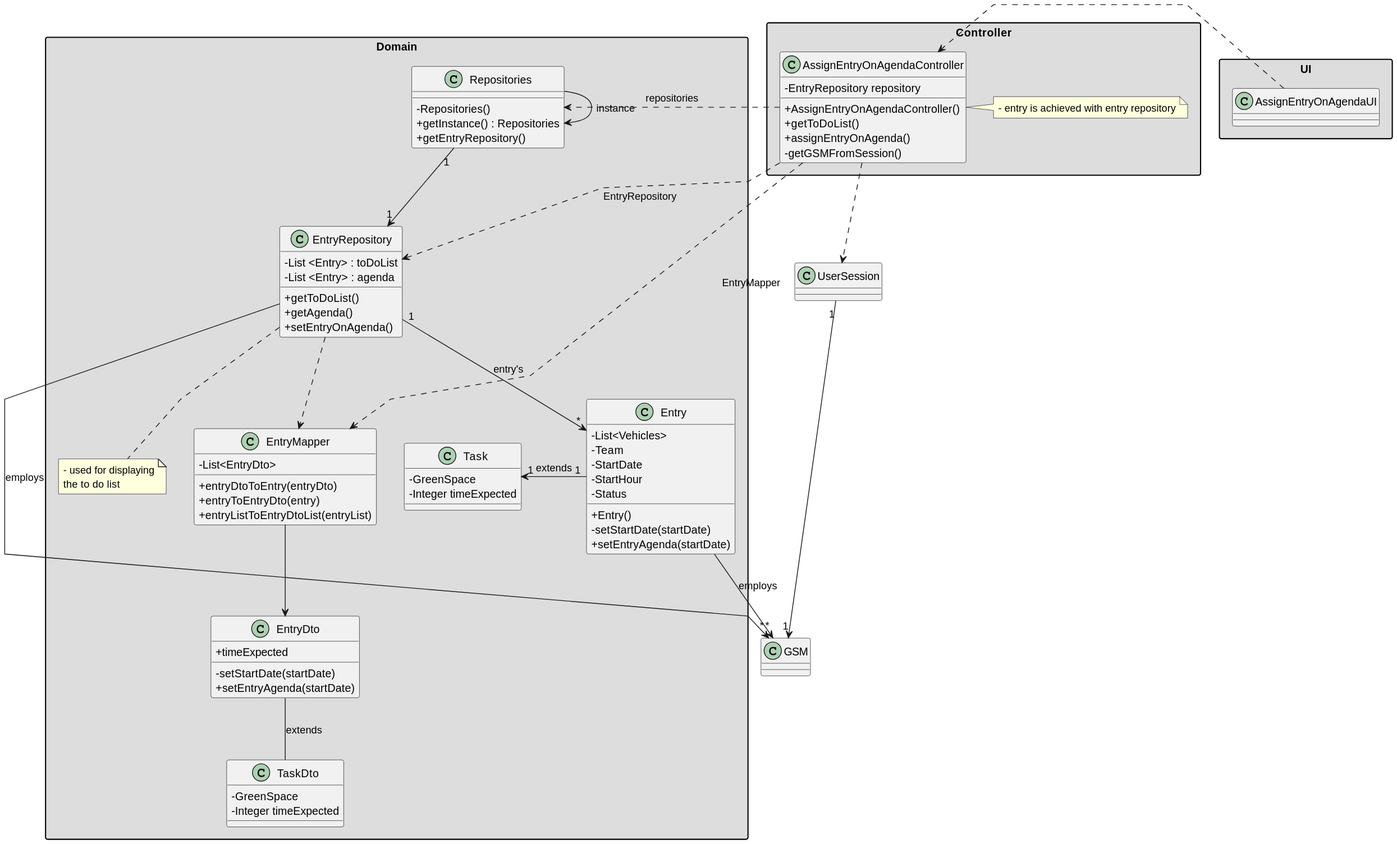
Above: docs/sprintC/us022/03.design/svg/us022-class-diagram.svg in francisc-o-liveira/lei-24-s2-1dp-g163 (PlantUML), before the change. The source it was exported from:
```plantuml
@startuml
skinparam packageStyle rectangle
skinparam shadowing false
skinparam linetype polyline

skinparam classAttributeIconSize 0


package "Domain" #DDDDDD{

class Entry {
    - List<Vehicles>
    - Team
    - StartDate
    - StartHour
    - Status
    + Entry()
    - setStartDate(startDate)
    + setEntryAgenda(startDate)
}

class Task{
    - GreenSpace
    - Integer timeExpected
}

class EntryRepository {
    - List <Entry> : toDoList
    - List <Entry> : agenda

    + getToDoList()
    + getAgenda()
    + setEntryOnAgenda()
}
note bottom of EntryRepository
    - used for displaying
    the to do list
end note


class Repositories {
    - Repositories()
    + getInstance() : Repositories
    + getEntryRepository()
}

class EntryMapper{
    - List<EntryDto>
    + entryDtoToEntry(entryDto)
    + entryToEntryDto(entry)
    + entryListToEntryDtoList(entryList)
}

class EntryDto{
    + timeExpected
    - setStartDate(startDate)
    + setEntryAgenda(startDate)
}

class TaskDto{

    -GreenSpace
    -Integer timeExpected
}

}



package "Controller" #DDDDDD{
class AssignEntryOnAgendaController {
    - EntryRepository repository
    + AssignEntryOnAgendaController()
    + getToDoList()
    + assignEntryOnAgenda()
    - getGSMFromSession()
}
note right of AssignEntryOnAgendaController
    - entry is achieved with entry repository
end note

}

class GSM {
}



package "UI" #DDDDDD{
class AssignEntryOnAgendaUI {
}
}






Repositories -> Repositories : instance

AssignEntryOnAgendaUI .> AssignEntryOnAgendaController

AssignEntryOnAgendaController .> Repositories : repositories
Repositories "1" --> "1" EntryRepository

EntryRepository  ..>  EntryMapper

EntryMapper --> EntryDto

EntryDto -- TaskDto : extends


AssignEntryOnAgendaController ..> EntryRepository : EntryRepository
AssignEntryOnAgendaController ..> EntryMapper : EntryMapper

AssignEntryOnAgendaController ..> UserSession
UserSession "1" --> "1" GSM
EntryRepository "1" --> "*" Entry : entry's
EntryRepository --> "*" GSM : employs
Entry --> "*" GSM : employs
Task "1" <- "1" Entry : extends
@enduml
```
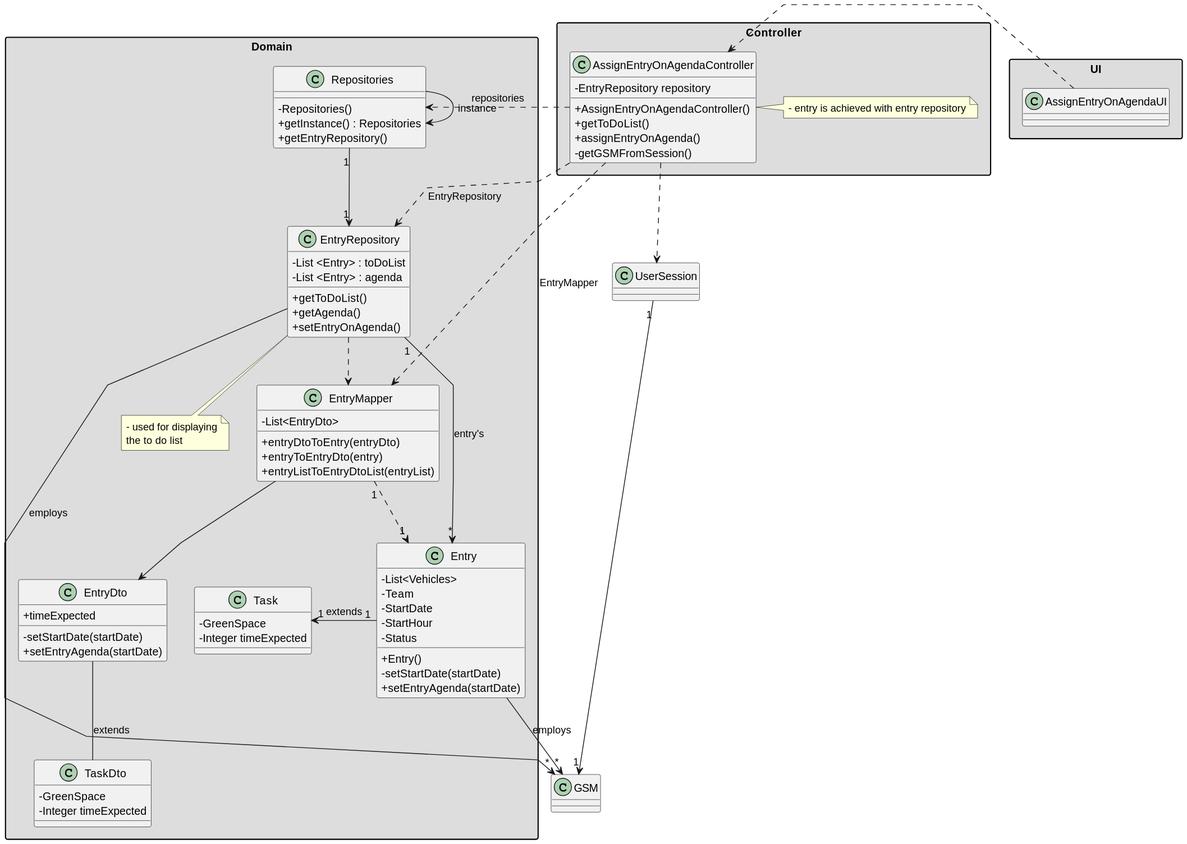
After the change.

What changed in the source:
```diff
@@ -119,4 +119,5 @@
 EntryRepository --> "*" GSM : employs
 Entry --> "*" GSM : employs
 Task "1" <- "1" Entry : extends
+EntryMapper "1" ..> "1" Entry
 @enduml
```
